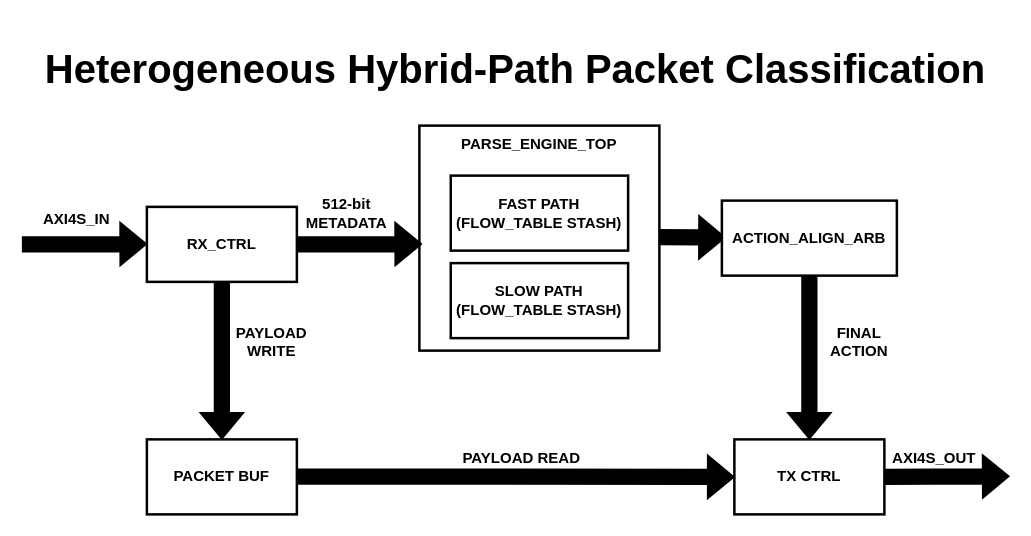
Toylog123/Draw.io keeps this draw.io diagram as page "总体结构图" (1 of 2) of 未命名绘图.drawio. Above is the earlier version. Source tidied: cells renumbered, new cells numbered last; positions are measured from the earlier drawing's top-left corner, leaving out a move shared by most shapes. Both pictures are drawn from the tidied source at 125%, with x=0, y=0 at pixel (21, 50).
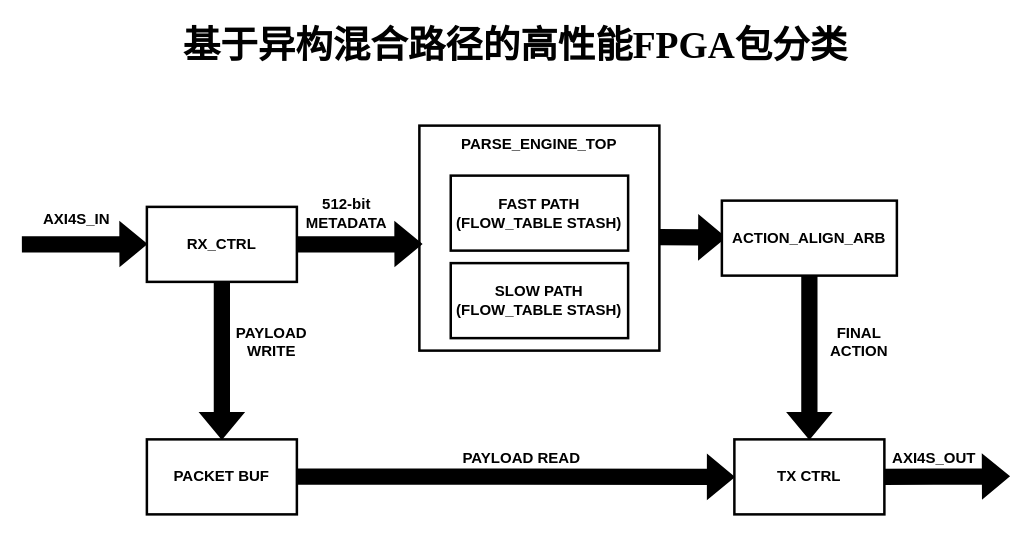
The same diagram, later.

Commit message:
更新未命名绘图.drawio

The edit, as a diff of the source:
```diff
@@
-    <mxCell id="2" value="Heterogeneous Hybrid-Path Packet Classification" style="text;html=1;whiteSpace=wrap;strokeColor=none;fillColor=none;align=center;verticalAlign=middle;rounded=0;fontSize=32;strokeWidth=2;fontStyle=1;fontFamily=Helvetica;" parent="1" vertex="1">
-      <mxGeometry width="790" height="30" as="geometry" />
+    <mxCell id="2" value="&lt;span style=&quot;font-family: &amp;quot;Times New Roman&amp;quot;;&quot;&gt;&lt;font&gt;&lt;font face=&quot;宋体&quot;&gt;基于异构混合路径的高性能&lt;/font&gt;FPGA&lt;font face=&quot;宋体&quot;&gt;包分类&lt;/font&gt;&lt;/font&gt;&lt;/span&gt;" style="text;html=1;whiteSpace=wrap;strokeColor=none;fillColor=none;align=center;verticalAlign=middle;rounded=0;fontSize=30;strokeWidth=2;fontStyle=1;fontFamily=Helvetica;" parent="1" vertex="1">
+      <mxGeometry y="-20" width="790" height="30" as="geometry" />
     </mxCell>
```
